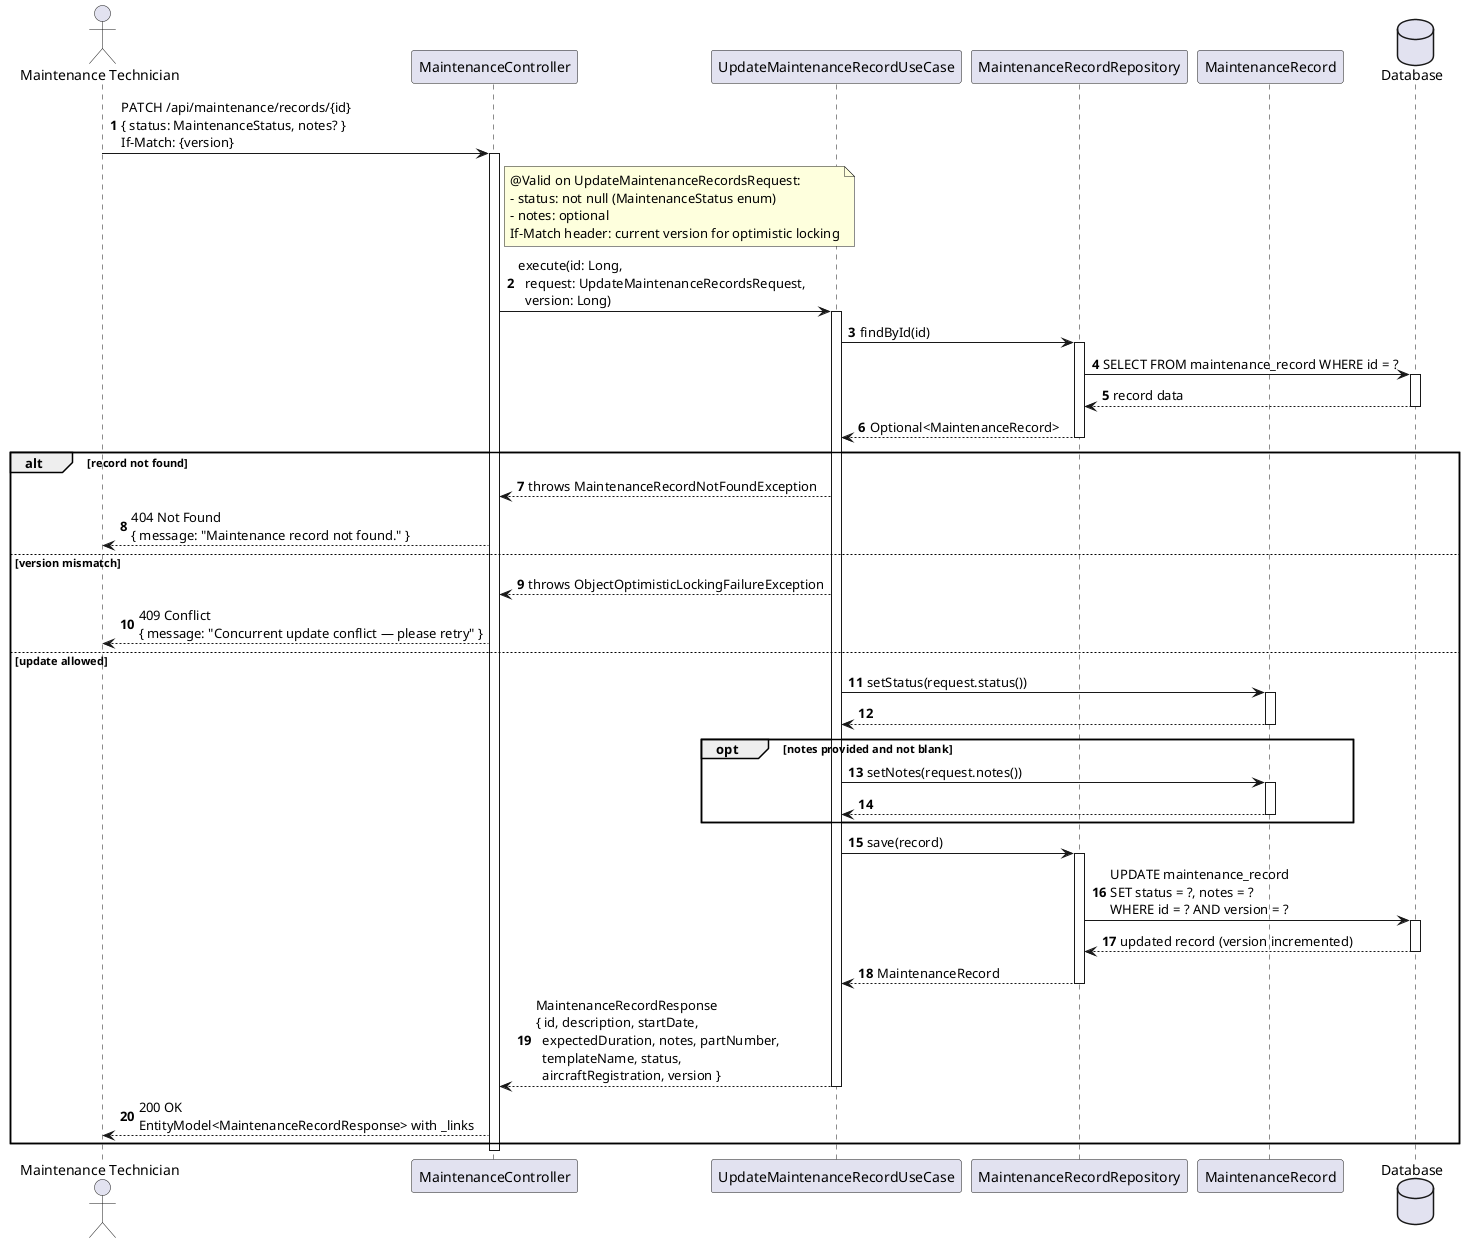
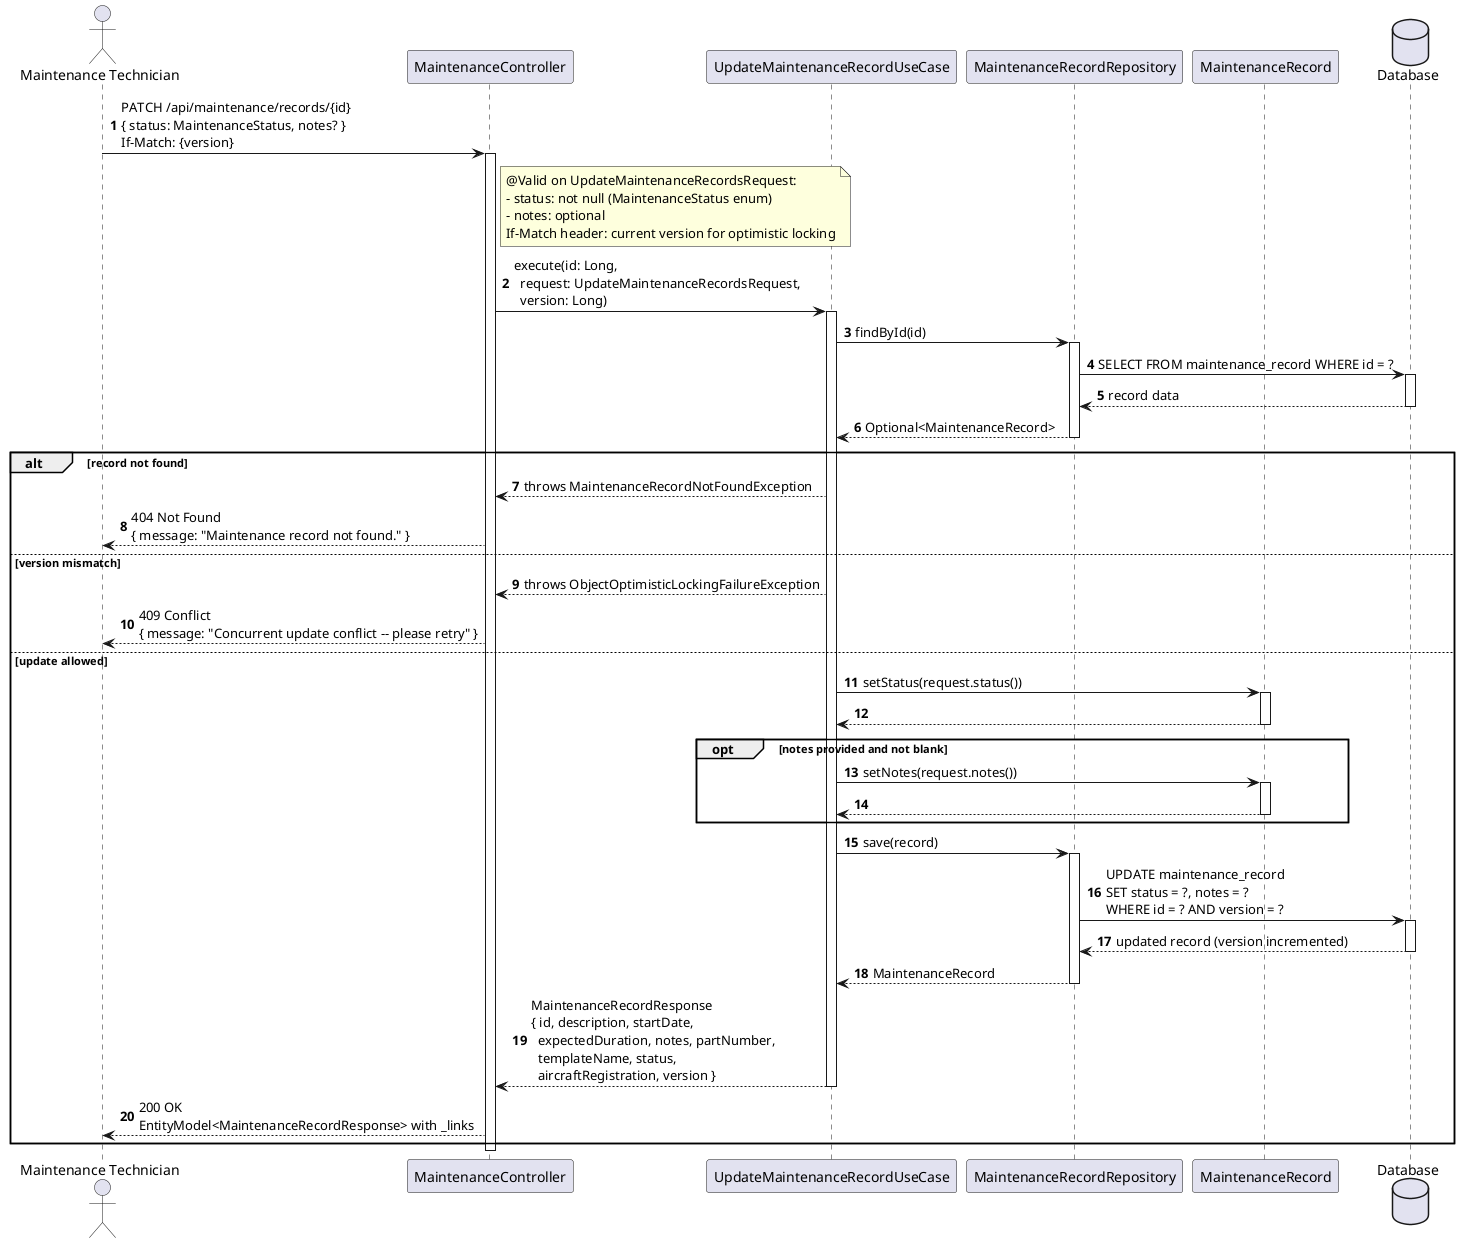
@startuml
autonumber
actor "Maintenance Technician" as MT
participant "MaintenanceController" as Ctrl
participant "UpdateMaintenanceRecordUseCase" as UC
participant "MaintenanceRecordRepository" as Repo
participant "MaintenanceRecord" as Entity
database "Database" as DB

MT -> Ctrl : PATCH /api/maintenance/records/{id}\n{ status: MaintenanceStatus, notes? }\nIf-Match: {version}
activate Ctrl

note right of Ctrl
  @Valid on UpdateMaintenanceRecordsRequest:
  - status: not null (MaintenanceStatus enum)
  - notes: optional
  If-Match header: current version for optimistic locking
end note

Ctrl -> UC : execute(id: Long,\n  request: UpdateMaintenanceRecordsRequest,\n  version: Long)
activate UC

UC -> Repo : findById(id)
activate Repo
Repo -> DB : SELECT FROM maintenance_record WHERE id = ?
activate DB
DB --> Repo : record data
deactivate DB
Repo --> UC : Optional<MaintenanceRecord>
deactivate Repo

alt record not found
  UC --> Ctrl : throws MaintenanceRecordNotFoundException
  Ctrl --> MT : 404 Not Found\n{ message: "Maintenance record not found." }
else version mismatch
  UC --> Ctrl : throws ObjectOptimisticLockingFailureException
-   Ctrl --> MT : 409 Conflict\n{ message: "Concurrent update conflict — please retry" }
+   Ctrl --> MT : 409 Conflict\n{ message: "Concurrent update conflict -- please retry" }
else update allowed
  UC -> Entity : setStatus(request.status())
  activate Entity
  Entity --> UC
  deactivate Entity

  opt notes provided and not blank
    UC -> Entity : setNotes(request.notes())
    activate Entity
    Entity --> UC
    deactivate Entity
  end

  UC -> Repo : save(record)
  activate Repo
  Repo -> DB : UPDATE maintenance_record\nSET status = ?, notes = ?\nWHERE id = ? AND version = ?
  activate DB
  DB --> Repo : updated record (version incremented)
  deactivate DB
  Repo --> UC : MaintenanceRecord
  deactivate Repo

  UC --> Ctrl : MaintenanceRecordResponse\n{ id, description, startDate,\n  expectedDuration, notes, partNumber,\n  templateName, status,\n  aircraftRegistration, version }
  deactivate UC
  Ctrl --> MT : 200 OK\nEntityModel<MaintenanceRecordResponse> with _links
end

deactivate Ctrl
@enduml
